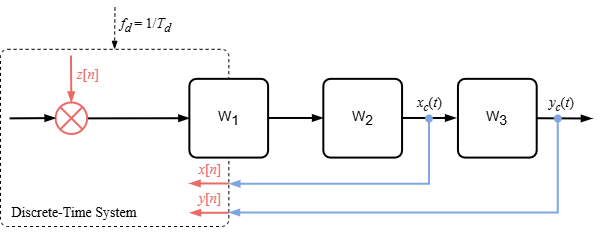
Earlier version of the draw.io export images/frequencyResponse/discreteTimeSystem.drawio.png (romangorbunov91/master-thesis-2026). Source tidied: cells renumbered, new cells last; positions are measured from the earlier drawing's top-left corner, leaving out a move shared by most shapes. Its diagram source:
```xml
<mxGraphModel>
  <root>
    <mxCell id="0" />
    <mxCell id="1" parent="0" />
    <mxCell id="2" style="rounded=1;whiteSpace=wrap;html=1;fillColor=none;arcSize=4;dashed=1;" parent="1" vertex="1">
      <mxGeometry y="41.8" width="228.3" height="177.2" as="geometry" />
    </mxCell>
    <mxCell id="3" style="endArrow=blockThin;html=1;rounded=0;endFill=1;fontSize=14;strokeWidth=2;entryX=0;entryY=0.5;entryDx=0;entryDy=0;" parent="1" edge="1" target="4">
      <mxGeometry relative="1" as="geometry">
        <mxPoint x="86.6" y="110.9" as="sourcePoint" />
      </mxGeometry>
    </mxCell>
    <mxCell id="4" value="&lt;font style=&quot;font-size: 14px;&quot;&gt;W&lt;sub style=&quot;font-size: 14px;&quot;&gt;1&lt;/sub&gt;&lt;/font&gt;" style="rounded=1;whiteSpace=wrap;html=1;fontSize=14;arcSize=9;strokeWidth=2;" parent="1" vertex="1">
      <mxGeometry x="188.9" y="71.3" width="78.7" height="78.7" as="geometry" />
    </mxCell>
    <mxCell id="5" style="group;strokeWidth=2;" parent="1" vertex="1">
      <mxGeometry x="55.1" y="95" width="31.5" height="31.5" as="geometry" />
    </mxCell>
    <mxCell id="6" style="ellipse;whiteSpace=wrap;html=1;strokeWidth=2;strokeColor=#EA6B66;" parent="5" vertex="1">
      <mxGeometry width="31.5" height="31.5" as="geometry" />
    </mxCell>
    <mxCell id="7" style="endArrow=none;html=1;rounded=0;entryX=1;entryY=0;entryDx=0;entryDy=0;exitX=0;exitY=1;exitDx=0;exitDy=0;strokeWidth=2;strokeColor=#EA6B66;" parent="5" edge="1" source="6" target="6">
      <mxGeometry relative="1" as="geometry" />
    </mxCell>
    <mxCell id="8" style="endArrow=none;html=1;rounded=0;entryX=0;entryY=0;entryDx=0;entryDy=0;exitX=1;exitY=1;exitDx=0;exitDy=0;strokeWidth=2;strokeColor=#EA6B66;" parent="5" edge="1" source="6" target="6">
      <mxGeometry relative="1" as="geometry" />
    </mxCell>
    <mxCell id="9" style="endArrow=blockThin;html=1;rounded=0;endFill=1;fontSize=14;strokeWidth=2;" parent="1" edge="1">
      <mxGeometry relative="1" as="geometry">
        <mxPoint x="9.1" y="110.9" as="sourcePoint" />
        <mxPoint x="55.1" y="110.6" as="targetPoint" />
      </mxGeometry>
    </mxCell>
    <mxCell id="10" style="endArrow=blockThin;html=1;rounded=0;endFill=1;fontSize=14;entryX=0.5;entryY=0;entryDx=0;entryDy=0;strokeColor=#EA6B66;strokeWidth=2;" parent="1" edge="1" target="6">
      <mxGeometry relative="1" as="geometry">
        <mxPoint x="70.5" y="48" as="sourcePoint" />
      </mxGeometry>
    </mxCell>
    <mxCell id="11" value="&lt;p style=&quot;font-size: 14px;&quot;&gt;&lt;font face=&quot;Times New Roman&quot; style=&quot;font-size: 14px;&quot;&gt;&lt;span style=&quot;font-size: 14px;&quot;&gt;&lt;i&gt;z&lt;/i&gt;[&lt;i&gt;n&lt;/i&gt;]&lt;/span&gt;&lt;/font&gt;&lt;/p&gt;" style="text;strokeColor=none;align=center;fillColor=none;html=1;verticalAlign=middle;whiteSpace=wrap;rounded=0;fontSize=14;fontColor=#EA6B66;" parent="1" vertex="1">
      <mxGeometry x="72.8" y="59.5" width="29.5" height="15.7" as="geometry" />
    </mxCell>
    <mxCell id="12" style="endArrow=blockThin;html=1;rounded=0;endFill=1;fontSize=14;entryX=0.5;entryY=0;entryDx=0;entryDy=0;dashed=1;" parent="1" edge="1">
      <mxGeometry relative="1" as="geometry">
        <mxPoint x="114.5" as="sourcePoint" />
        <mxPoint x="114.1" y="41.8" as="targetPoint" />
      </mxGeometry>
    </mxCell>
    <mxCell id="13" value="&lt;p style=&quot;font-size: 14px;&quot;&gt;&lt;font face=&quot;Times New Roman&quot;&gt;&lt;i&gt;f&lt;sub&gt;d&lt;/sub&gt;&lt;/i&gt; = 1/&lt;i&gt;T&lt;sub&gt;d&lt;/sub&gt;&lt;/i&gt;&lt;/font&gt;&lt;/p&gt;" style="text;strokeColor=none;align=center;fillColor=none;html=1;verticalAlign=middle;whiteSpace=wrap;rounded=0;fontSize=14;" parent="1" vertex="1">
      <mxGeometry x="116.1" y="10.3" width="59.1" height="15.8" as="geometry" />
    </mxCell>
    <mxCell id="14" value="&lt;p style=&quot;font-size: 14px;&quot;&gt;&lt;font face=&quot;Times New Roman&quot;&gt;&lt;i&gt;x&lt;sub&gt;c&lt;/sub&gt;&lt;/i&gt;(&lt;i&gt;t&lt;/i&gt;)&lt;/font&gt;&lt;/p&gt;" style="text;strokeColor=none;align=center;fillColor=none;html=1;verticalAlign=middle;whiteSpace=wrap;rounded=0;fontSize=14;" parent="1" vertex="1">
      <mxGeometry x="414.2" y="89.1" width="31.5" height="15.8" as="geometry" />
    </mxCell>
    <mxCell id="15" value="&lt;font style=&quot;font-size: 14px;&quot;&gt;W&lt;sub style=&quot;font-size: 14px;&quot;&gt;3&lt;/sub&gt;&lt;/font&gt;" style="rounded=1;whiteSpace=wrap;html=1;fontSize=14;arcSize=9;strokeWidth=2;" parent="1" vertex="1">
      <mxGeometry x="457.5" y="71.3" width="78.7" height="78.7" as="geometry" />
    </mxCell>
    <mxCell id="16" style="endArrow=blockThin;html=1;rounded=0;endFill=1;fontSize=14;exitX=1;exitY=0.5;exitDx=0;exitDy=0;strokeWidth=2;" parent="1" edge="1" source="15">
      <mxGeometry relative="1" as="geometry">
        <mxPoint x="591.5" y="111" as="targetPoint" />
      </mxGeometry>
    </mxCell>
    <mxCell id="17" value="&lt;p style=&quot;font-size: 14px;&quot;&gt;&lt;font face=&quot;Times New Roman&quot;&gt;&lt;i&gt;y&lt;sub&gt;c&lt;/sub&gt;&lt;/i&gt;(&lt;i&gt;t&lt;/i&gt;)&lt;/font&gt;&lt;/p&gt;" style="text;strokeColor=none;align=center;fillColor=none;html=1;verticalAlign=middle;whiteSpace=wrap;rounded=0;fontSize=14;" parent="1" vertex="1">
      <mxGeometry x="546" y="89.1" width="31.5" height="15.8" as="geometry" />
    </mxCell>
    <mxCell id="18" style="endArrow=blockThin;html=1;rounded=0;edgeStyle=orthogonalEdgeStyle;startArrow=oval;startFill=1;endFill=1;startSize=6;strokeColor=#7EA6E0;strokeWidth=2;" parent="1" edge="1">
      <mxGeometry relative="1" as="geometry">
        <mxPoint x="557.3" y="111" as="sourcePoint" />
        <mxPoint x="228.5" y="205" as="targetPoint" />
        <Array as="points">
          <mxPoint x="557.5" y="205" />
        </Array>
      </mxGeometry>
    </mxCell>
    <mxCell id="19" style="endArrow=blockThin;html=1;rounded=0;endFill=1;fontSize=14;strokeColor=#EA6B66;entryX=0.828;entryY=0.757;entryDx=0;entryDy=0;entryPerimeter=0;strokeWidth=2;" parent="1" edge="1" target="2">
      <mxGeometry relative="1" as="geometry">
        <mxPoint x="228.5" y="176" as="sourcePoint" />
      </mxGeometry>
    </mxCell>
    <mxCell id="20" style="endArrow=blockThin;html=1;rounded=0;endFill=1;fontSize=14;strokeColor=#EA6B66;entryX=0.828;entryY=0.757;entryDx=0;entryDy=0;entryPerimeter=0;strokeWidth=2;" parent="1" edge="1">
      <mxGeometry relative="1" as="geometry">
        <mxPoint x="228.5" y="205.3" as="sourcePoint" />
        <mxPoint x="189.5" y="205.3" as="targetPoint" />
      </mxGeometry>
    </mxCell>
    <mxCell id="21" value="&lt;p style=&quot;font-size: 14px;&quot;&gt;&lt;font face=&quot;Times New Roman&quot; style=&quot;font-size: 14px;&quot;&gt;&lt;span style=&quot;font-size: 14px;&quot;&gt;&lt;i&gt;x&lt;/i&gt;[&lt;i&gt;n&lt;/i&gt;]&lt;/span&gt;&lt;/font&gt;&lt;/p&gt;" style="text;strokeColor=none;align=center;fillColor=none;html=1;verticalAlign=middle;whiteSpace=wrap;rounded=0;fontSize=14;fontColor=#EA6B66;" parent="1" vertex="1">
      <mxGeometry x="194.9" y="154" width="29.5" height="15.7" as="geometry" />
    </mxCell>
    <mxCell id="22" value="&lt;p style=&quot;font-size: 14px;&quot;&gt;&lt;font face=&quot;Times New Roman&quot; style=&quot;font-size: 14px;&quot;&gt;&lt;span style=&quot;font-size: 14px;&quot;&gt;&lt;i&gt;y&lt;/i&gt;[&lt;i&gt;n&lt;/i&gt;]&lt;/span&gt;&lt;/font&gt;&lt;/p&gt;" style="text;strokeColor=none;align=center;fillColor=none;html=1;verticalAlign=middle;whiteSpace=wrap;rounded=0;fontSize=14;fontColor=#EA6B66;" parent="1" vertex="1">
      <mxGeometry x="194.9" y="183.5" width="29.5" height="15.7" as="geometry" />
    </mxCell>
    <mxCell id="23" value="&lt;p style=&quot;font-size: 14px;&quot;&gt;&lt;font face=&quot;Times New Roman&quot;&gt;Discrete-Time System&lt;/font&gt;&lt;/p&gt;" style="text;strokeColor=none;align=center;fillColor=none;html=1;verticalAlign=middle;whiteSpace=wrap;rounded=0;fontSize=14;" parent="1" vertex="1">
      <mxGeometry x="7.9" y="197.3" width="131.9" height="15.8" as="geometry" />
    </mxCell>
    <mxCell id="24" style="endArrow=blockThin;html=1;rounded=0;endFill=1;fontSize=14;exitX=1;exitY=0.5;exitDx=0;exitDy=0;strokeWidth=2;" parent="1" edge="1">
      <mxGeometry relative="1" as="geometry">
        <mxPoint x="267.6" y="110.5" as="sourcePoint" />
        <mxPoint x="322.6" y="110.5" as="targetPoint" />
      </mxGeometry>
    </mxCell>
    <mxCell id="25" value="&lt;font style=&quot;font-size: 14px;&quot;&gt;W&lt;sub style=&quot;font-size: 14px;&quot;&gt;2&lt;/sub&gt;&lt;/font&gt;" style="rounded=1;whiteSpace=wrap;html=1;fontSize=14;arcSize=9;strokeWidth=2;" parent="1" vertex="1">
      <mxGeometry x="322.8" y="71.3" width="78.7" height="78.7" as="geometry" />
    </mxCell>
    <mxCell id="26" style="endArrow=blockThin;html=1;rounded=0;endFill=1;fontSize=14;exitX=1;exitY=0.5;exitDx=0;exitDy=0;strokeWidth=2;" parent="1" edge="1">
      <mxGeometry relative="1" as="geometry">
        <mxPoint x="400.6" y="110.5" as="sourcePoint" />
        <mxPoint x="455.6" y="110.5" as="targetPoint" />
      </mxGeometry>
    </mxCell>
    <mxCell id="27" style="endArrow=blockThin;html=1;rounded=0;edgeStyle=orthogonalEdgeStyle;startArrow=oval;startFill=1;endFill=1;startSize=6;strokeColor=#7EA6E0;strokeWidth=2;entryX=1.002;entryY=0.759;entryDx=0;entryDy=0;entryPerimeter=0;" parent="1" edge="1" target="2">
      <mxGeometry relative="1" as="geometry">
        <mxPoint x="428.5" y="111" as="sourcePoint" />
        <Array as="points">
          <mxPoint x="428.5" y="176" />
        </Array>
      </mxGeometry>
    </mxCell>
  </root>
</mxGraphModel>
```
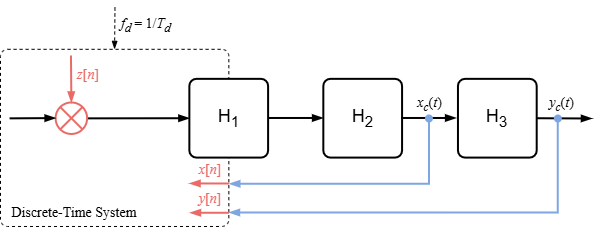
After the commit.

The edit, as a diff of the source:
```diff
@@ -10,7 +10,7 @@
         <mxPoint x="86.6" y="110.9" as="sourcePoint" />
       </mxGeometry>
     </mxCell>
-    <mxCell id="4" value="&lt;font style=&quot;font-size: 14px;&quot;&gt;W&lt;sub style=&quot;font-size: 14px;&quot;&gt;1&lt;/sub&gt;&lt;/font&gt;" style="rounded=1;whiteSpace=wrap;html=1;fontSize=14;arcSize=9;strokeWidth=2;" parent="1" vertex="1">
+    <mxCell id="4" value="&lt;font style=&quot;font-size: 18px;&quot;&gt;H&lt;sub style=&quot;&quot;&gt;1&lt;/sub&gt;&lt;/font&gt;" style="rounded=1;whiteSpace=wrap;html=1;fontSize=14;arcSize=9;strokeWidth=2;" parent="1" vertex="1">
       <mxGeometry x="188.9" y="71.3" width="78.7" height="78.7" as="geometry" />
     </mxCell>
     <mxCell id="5" style="group;strokeWidth=2;" parent="1" vertex="1">
@@ -51,7 +51,7 @@
     <mxCell id="14" value="&lt;p style=&quot;font-size: 14px;&quot;&gt;&lt;font face=&quot;Times New Roman&quot;&gt;&lt;i&gt;x&lt;sub&gt;c&lt;/sub&gt;&lt;/i&gt;(&lt;i&gt;t&lt;/i&gt;)&lt;/font&gt;&lt;/p&gt;" style="text;strokeColor=none;align=center;fillColor=none;html=1;verticalAlign=middle;whiteSpace=wrap;rounded=0;fontSize=14;" parent="1" vertex="1">
       <mxGeometry x="414.2" y="89.1" width="31.5" height="15.8" as="geometry" />
     </mxCell>
-    <mxCell id="15" value="&lt;font style=&quot;font-size: 14px;&quot;&gt;W&lt;sub style=&quot;font-size: 14px;&quot;&gt;3&lt;/sub&gt;&lt;/font&gt;" style="rounded=1;whiteSpace=wrap;html=1;fontSize=14;arcSize=9;strokeWidth=2;" parent="1" vertex="1">
+    <mxCell id="15" value="&lt;font style=&quot;font-size: 18px;&quot;&gt;H&lt;sub style=&quot;&quot;&gt;3&lt;/sub&gt;&lt;/font&gt;" style="rounded=1;whiteSpace=wrap;html=1;fontSize=14;arcSize=9;strokeWidth=2;" parent="1" vertex="1">
       <mxGeometry x="457.5" y="71.3" width="78.7" height="78.7" as="geometry" />
     </mxCell>
     <mxCell id="16" style="endArrow=blockThin;html=1;rounded=0;endFill=1;fontSize=14;exitX=1;exitY=0.5;exitDx=0;exitDy=0;strokeWidth=2;" parent="1" edge="1" source="15">
@@ -97,7 +97,7 @@
         <mxPoint x="322.6" y="110.5" as="targetPoint" />
       </mxGeometry>
     </mxCell>
-    <mxCell id="25" value="&lt;font style=&quot;font-size: 14px;&quot;&gt;W&lt;sub style=&quot;font-size: 14px;&quot;&gt;2&lt;/sub&gt;&lt;/font&gt;" style="rounded=1;whiteSpace=wrap;html=1;fontSize=14;arcSize=9;strokeWidth=2;" parent="1" vertex="1">
+    <mxCell id="25" value="&lt;font style=&quot;font-size: 18px;&quot;&gt;H&lt;sub style=&quot;&quot;&gt;2&lt;/sub&gt;&lt;/font&gt;" style="rounded=1;whiteSpace=wrap;html=1;fontSize=14;arcSize=9;strokeWidth=2;" parent="1" vertex="1">
       <mxGeometry x="322.8" y="71.3" width="78.7" height="78.7" as="geometry" />
     </mxCell>
     <mxCell id="26" style="endArrow=blockThin;html=1;rounded=0;endFill=1;fontSize=14;exitX=1;exitY=0.5;exitDx=0;exitDy=0;strokeWidth=2;" parent="1" edge="1">
```
